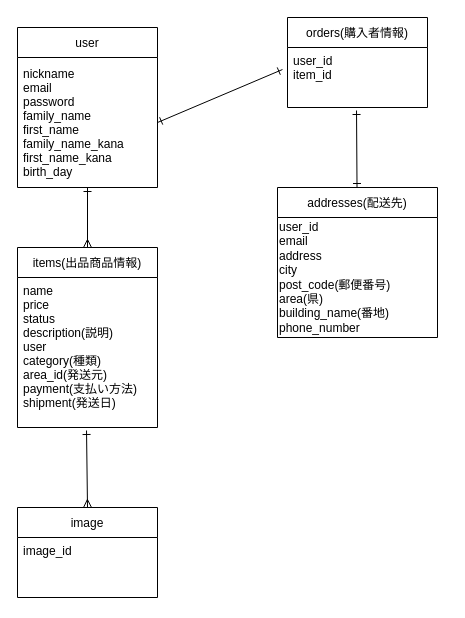
The draw.io diagram test.dio in 14souta/furima-37332, before the edit. Source tidied: cells renumbered, new cells numbered last; positions are measured from the earlier drawing's top-left corner, leaving out a move shared by most shapes. Both pictures are drawn from the tidied source at 100%, with x=0, y=0 at pixel (17, 17).
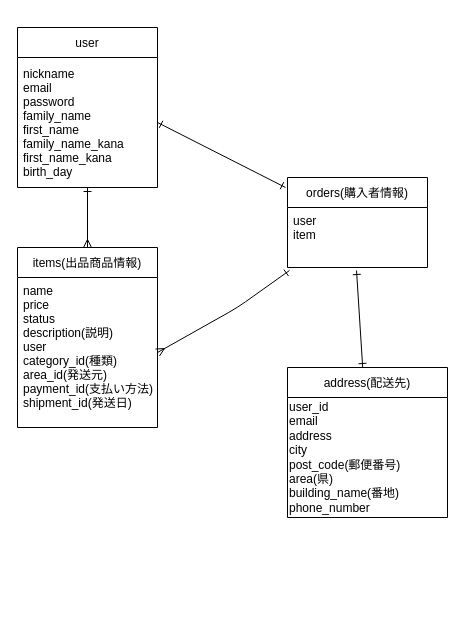
The same page after the edit.

Commit message (it also covers changes not shown here):
データベース設計修正３

Change to the diagram source:
```diff
@@
 <mxGraphModel>
   <root>
     <mxCell id="0" />
     <mxCell id="1" parent="0" />
     <mxCell id="2" value="user" style="swimlane;fontStyle=0;horizontal=1;startSize=30;" parent="1" vertex="1">
       <mxGeometry y="10" width="140" height="160" as="geometry" />
     </mxCell>
     <mxCell id="3" value="nickname&#10;email&#10;password&#10;family_name&#10;first_name&#10;family_name_kana&#10;first_name_kana&#10;birth_day" style="text;strokeColor=none;fillColor=none;align=left;verticalAlign=middle;spacingLeft=4;spacingRight=4;overflow=hidden;points=[[0,0.5],[1,0.5]];portConstraint=eastwest;" parent="2" vertex="1">
       <mxGeometry y="30" width="140" height="130" as="geometry" />
     </mxCell>
     <mxCell id="4" value="items(出品商品情報)" style="swimlane;fontStyle=0;horizontal=1;startSize=30;" parent="1" vertex="1">
       <mxGeometry y="230" width="140" height="180" as="geometry" />
     </mxCell>
-    <mxCell id="5" value="name&#10;price&#10;status&#10;description(説明)&#10;user&#10;category(種類)&#10;area_id(発送元)&#10;payment(支払い方法)&#10;shipment(発送日)&#10;&#10;&#10;&#10;" style="text;strokeColor=none;fillColor=none;align=left;verticalAlign=top;spacingLeft=4;spacingRight=4;overflow=hidden;points=[[0,0.5],[1,0.5]];portConstraint=eastwest;" parent="4" vertex="1">
+    <mxCell id="5" value="name&#10;price&#10;status&#10;description(説明)&#10;user&#10;category_id(種類)&#10;area_id(発送元)&#10;payment_id(支払い方法)&#10;shipment_id(発送日)&#10;&#10;&#10;&#10;" style="text;strokeColor=none;fillColor=none;align=left;verticalAlign=top;spacingLeft=4;spacingRight=4;overflow=hidden;points=[[0,0.5],[1,0.5]];portConstraint=eastwest;" parent="4" vertex="1">
       <mxGeometry y="30" width="140" height="150" as="geometry" />
     </mxCell>
     <mxCell id="6" value="orders(購入者情報)" style="swimlane;fontStyle=0;horizontal=1;startSize=30;" parent="1" vertex="1">
-      <mxGeometry x="270" width="140" height="90" as="geometry" />
+      <mxGeometry x="270" y="160" width="140" height="90" as="geometry" />
     </mxCell>
-    <mxCell id="7" value="user_id&#10;item_id" style="text;strokeColor=none;fillColor=none;align=left;verticalAlign=top;spacingLeft=4;spacingRight=4;overflow=hidden;points=[[0,0.5],[1,0.5]];portConstraint=eastwest;" parent="6" vertex="1">
+    <mxCell id="7" value="user&#10;item" style="text;strokeColor=none;fillColor=none;align=left;verticalAlign=top;spacingLeft=4;spacingRight=4;overflow=hidden;points=[[0,0.5],[1,0.5]];portConstraint=eastwest;" parent="6" vertex="1">
       <mxGeometry y="30" width="140" height="60" as="geometry" />
     </mxCell>
-    <mxCell id="8" value="image" style="swimlane;fontStyle=0;horizontal=1;startSize=30;" parent="1" vertex="1">
-      <mxGeometry y="490" width="140" height="90" as="geometry" />
-    </mxCell>
-    <mxCell id="9" value="image_id" style="text;strokeColor=none;fillColor=none;align=left;verticalAlign=top;spacingLeft=4;spacingRight=4;overflow=hidden;" parent="8" vertex="1">
-      <mxGeometry y="30" width="140" height="60" as="geometry" />
-    </mxCell>
     <mxCell id="10" style="edgeStyle=none;html=1;entryX=0.493;entryY=1.05;entryDx=0;entryDy=0;entryPerimeter=0;startArrow=ERone;startFill=0;endArrow=ERone;endFill=0;" parent="1" edge="1" source="11" target="7">
       <mxGeometry relative="1" as="geometry" />
     </mxCell>
-    <mxCell id="11" value="addresses(配送先)" style="swimlane;fontStyle=0;horizontal=1;startSize=30;" parent="1" vertex="1">
-      <mxGeometry x="260" y="170" width="160" height="150" as="geometry" />
+    <mxCell id="11" value="address(配送先)" style="swimlane;fontStyle=0;horizontal=1;startSize=30;" parent="1" vertex="1">
+      <mxGeometry x="270" y="350" width="160" height="150" as="geometry" />
     </mxCell>
     <mxCell id="12" value="user_id&lt;br&gt;email&lt;br&gt;address&lt;br&gt;city&lt;br&gt;post_code(郵便番号)&lt;br&gt;area(県)&lt;br&gt;building_name(番地)&lt;br&gt;phone_number" style="text;html=1;align=left;verticalAlign=middle;strokeColor=none;fillColor=none;" parent="11" vertex="1">
       <mxGeometry y="30" width="160" height="120" as="geometry" />
     </mxCell>
-    <mxCell id="13" style="edgeStyle=none;html=1;exitX=1;exitY=0.5;exitDx=0;exitDy=0;entryX=-0.036;entryY=0.367;entryDx=0;entryDy=0;entryPerimeter=0;startArrow=ERone;startFill=0;endArrow=ERone;endFill=0;" parent="1" edge="1" source="3" target="7">
+    <mxCell id="13" style="edgeStyle=none;html=1;exitX=1;exitY=0.5;exitDx=0;exitDy=0;entryX=-0.014;entryY=0.111;entryDx=0;entryDy=0;entryPerimeter=0;startArrow=ERone;startFill=0;endArrow=ERone;endFill=0;" parent="1" edge="1" source="3" target="6">
       <mxGeometry relative="1" as="geometry" />
     </mxCell>
-    <mxCell id="14" style="edgeStyle=none;html=1;exitX=0.493;exitY=1.02;exitDx=0;exitDy=0;entryX=0.5;entryY=0;entryDx=0;entryDy=0;startArrow=ERone;startFill=0;endArrow=ERmany;endFill=0;exitPerimeter=0;" parent="1" edge="1" source="5" target="8">
-      <mxGeometry relative="1" as="geometry" />
-    </mxCell>
     <mxCell id="15" style="edgeStyle=none;html=1;entryX=0.5;entryY=0;entryDx=0;entryDy=0;startArrow=ERone;startFill=0;endArrow=ERmany;endFill=0;" parent="1" edge="1" source="3" target="4">
       <mxGeometry relative="1" as="geometry" />
     </mxCell>
+    <mxCell id="16" style="edgeStyle=none;html=1;entryX=0.014;entryY=1.05;entryDx=0;entryDy=0;entryPerimeter=0;startArrow=ERmany;startFill=0;endArrow=ERone;endFill=0;exitX=1;exitY=0.5;exitDx=0;exitDy=0;" parent="1" edge="1" source="5" target="7">
+      <mxGeometry relative="1" as="geometry">
+        <Array as="points">
+          <mxPoint x="220" y="290" />
+        </Array>
+      </mxGeometry>
+    </mxCell>
   </root>
 </mxGraphModel>
```
